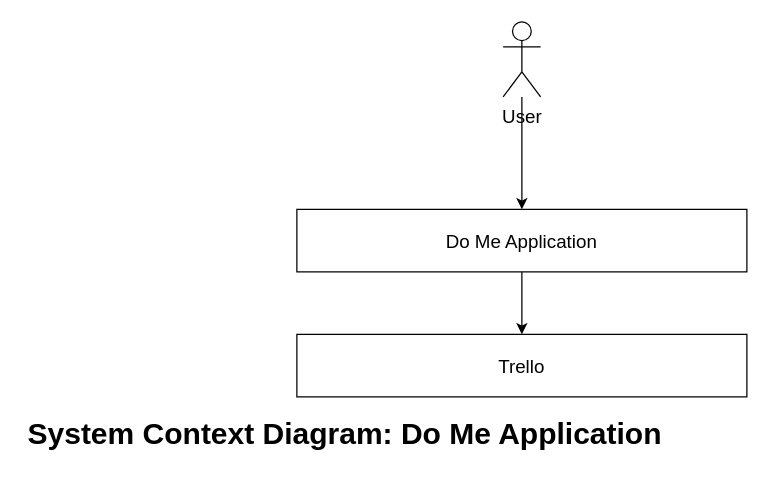
This is todo_app/diagrams/system_context.drawio from JackieMaw/DevOps-Course-Starter, a draw.io file, before an edit. Source tidied: cells renumbered, new cells numbered last; positions are measured from the earlier drawing's top-left corner, leaving out a move shared by most shapes. Both pictures are drawn from the tidied source at 125%, with x=0, y=0 at pixel (21, 21).
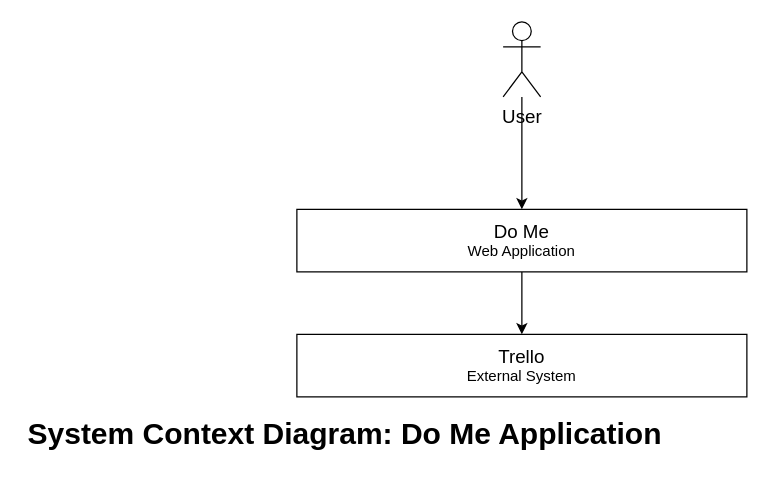
After the change.

Diff of the diagram source:
```diff
@@
 <mxGraphModel>
   <root>
     <mxCell id="0" />
     <mxCell id="1" parent="0" />
     <mxCell id="2" value="&lt;h1&gt;System Context Diagram: Do Me Application&lt;/h1&gt;" style="text;html=1;strokeColor=none;fillColor=none;spacing=5;spacingTop=-20;whiteSpace=wrap;overflow=hidden;rounded=0;dashed=1;" parent="1" vertex="1">
       <mxGeometry y="310" width="560" height="50" as="geometry" />
     </mxCell>
-    <mxCell id="3" value="&lt;span&gt;&lt;font style=&quot;font-size: 15px&quot;&gt;Trello&lt;/font&gt;&lt;br&gt;&lt;/span&gt;" style="rounded=0;whiteSpace=wrap;html=1;" parent="1" vertex="1">
+    <mxCell id="3" value="&lt;span&gt;&lt;span style=&quot;font-size: 15px&quot;&gt;Trello&lt;br&gt;&lt;/span&gt;External System&lt;br&gt;&lt;/span&gt;" style="rounded=0;whiteSpace=wrap;html=1;" parent="1" vertex="1">
       <mxGeometry x="220" y="250" width="360" height="50" as="geometry" />
     </mxCell>
     <mxCell id="4" style="edgeStyle=orthogonalEdgeStyle;rounded=0;jettySize=auto;html=1;fontSize=15;" parent="1" edge="1" source="5" target="3">
       <mxGeometry relative="1" as="geometry" />
     </mxCell>
-    <mxCell id="5" value="&lt;font style=&quot;font-size: 15px&quot;&gt;Do Me Application&lt;/font&gt;" style="rounded=0;whiteSpace=wrap;html=1;" parent="1" vertex="1">
+    <mxCell id="5" value="&lt;font&gt;&lt;span style=&quot;font-size: 15px&quot;&gt;Do Me &lt;/span&gt;&lt;br&gt;&lt;font style=&quot;font-size: 12px&quot;&gt;Web Application&lt;/font&gt;&lt;/font&gt;" style="rounded=0;whiteSpace=wrap;html=1;" parent="1" vertex="1">
       <mxGeometry x="220" y="150" width="360" height="50" as="geometry" />
     </mxCell>
     <mxCell id="6" style="edgeStyle=orthogonalEdgeStyle;rounded=0;jettySize=auto;html=1;fontSize=15;" parent="1" edge="1" source="7" target="5">
       <mxGeometry relative="1" as="geometry" />
     </mxCell>
     <mxCell id="7" value="User" style="shape=umlActor;verticalLabelPosition=bottom;verticalAlign=top;html=1;outlineConnect=0;fontSize=15;" parent="1" vertex="1">
       <mxGeometry x="385" width="30" height="60" as="geometry" />
     </mxCell>
   </root>
 </mxGraphModel>
```
